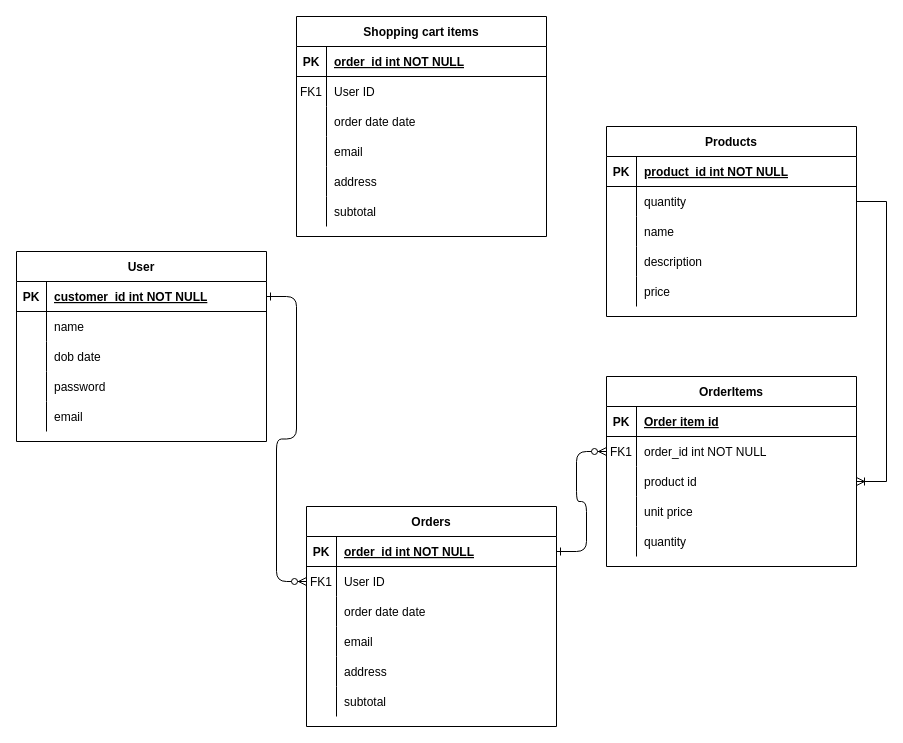
Alhaadee/ecommerce_project keeps this draw.io diagram as erd.drawio. Above is the earlier version. Source tidied: cells renumbered, new cells numbered last; positions are measured from the earlier drawing's top-left corner, leaving out a move shared by most shapes. Both pictures are drawn from the tidied source at 100%, with x=0, y=0 at pixel (16, 16).
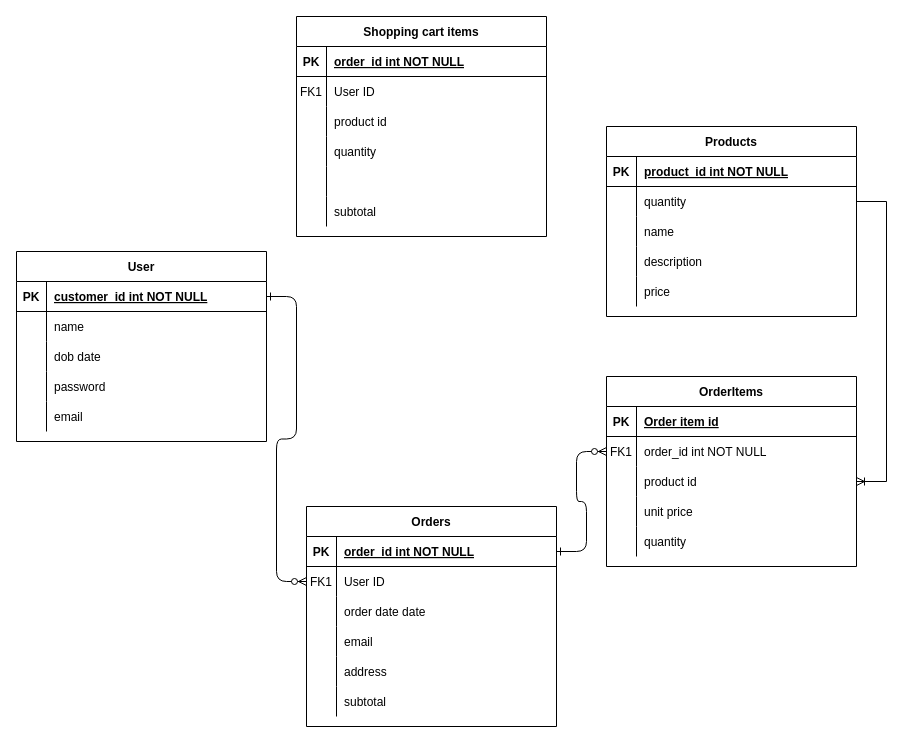
Above is the later version.

Unchanged cells that the change refers to:
```xml
<mxCell id="78" style="shape=partialRectangle;fillColor=none;top=0;left=0;right=0;bottom=0;" parent="71" vertex="1">
  <mxGeometry y="90" width="250" height="30" as="geometry" />
</mxCell>
<mxCell id="81" style="shape=partialRectangle;fillColor=none;top=0;left=0;right=0;bottom=0;" parent="71" vertex="1">
  <mxGeometry y="120" width="250" height="30" as="geometry" />
</mxCell>
<mxCell id="84" style="shape=partialRectangle;fillColor=none;top=0;left=0;right=0;bottom=0;" parent="71" vertex="1">
  <mxGeometry y="150" width="250" height="30" as="geometry" />
</mxCell>
```

Change to the diagram source:
```diff
@@
-    <mxCell id="80" value="order date date" style="shape=partialRectangle;overflow=hidden;fillColor=none;top=0;left=0;bottom=0;right=0;align=left;spacingLeft=6;" parent="78" vertex="1">
+    <mxCell id="80" value="product id" style="shape=partialRectangle;overflow=hidden;fillColor=none;top=0;left=0;bottom=0;right=0;align=left;spacingLeft=6;" parent="78" vertex="1">
       <mxGeometry x="30" width="220" height="30" as="geometry" />
     </mxCell>
@@
-    <mxCell id="83" value="email" style="shape=partialRectangle;overflow=hidden;fillColor=none;top=0;left=0;bottom=0;right=0;align=left;spacingLeft=6;" parent="81" vertex="1">
+    <mxCell id="83" value="quantity" style="shape=partialRectangle;overflow=hidden;fillColor=none;top=0;left=0;bottom=0;right=0;align=left;spacingLeft=6;" parent="81" vertex="1">
       <mxGeometry x="30" width="220" height="30" as="geometry" />
     </mxCell>
@@
-    <mxCell id="86" value="address" style="shape=partialRectangle;overflow=hidden;fillColor=none;top=0;left=0;bottom=0;right=0;align=left;spacingLeft=6;" parent="84" vertex="1">
+    <mxCell id="86" style="shape=partialRectangle;overflow=hidden;fillColor=none;top=0;left=0;bottom=0;right=0;align=left;spacingLeft=6;" parent="84" vertex="1">
       <mxGeometry x="30" width="220" height="30" as="geometry" />
     </mxCell>
```
